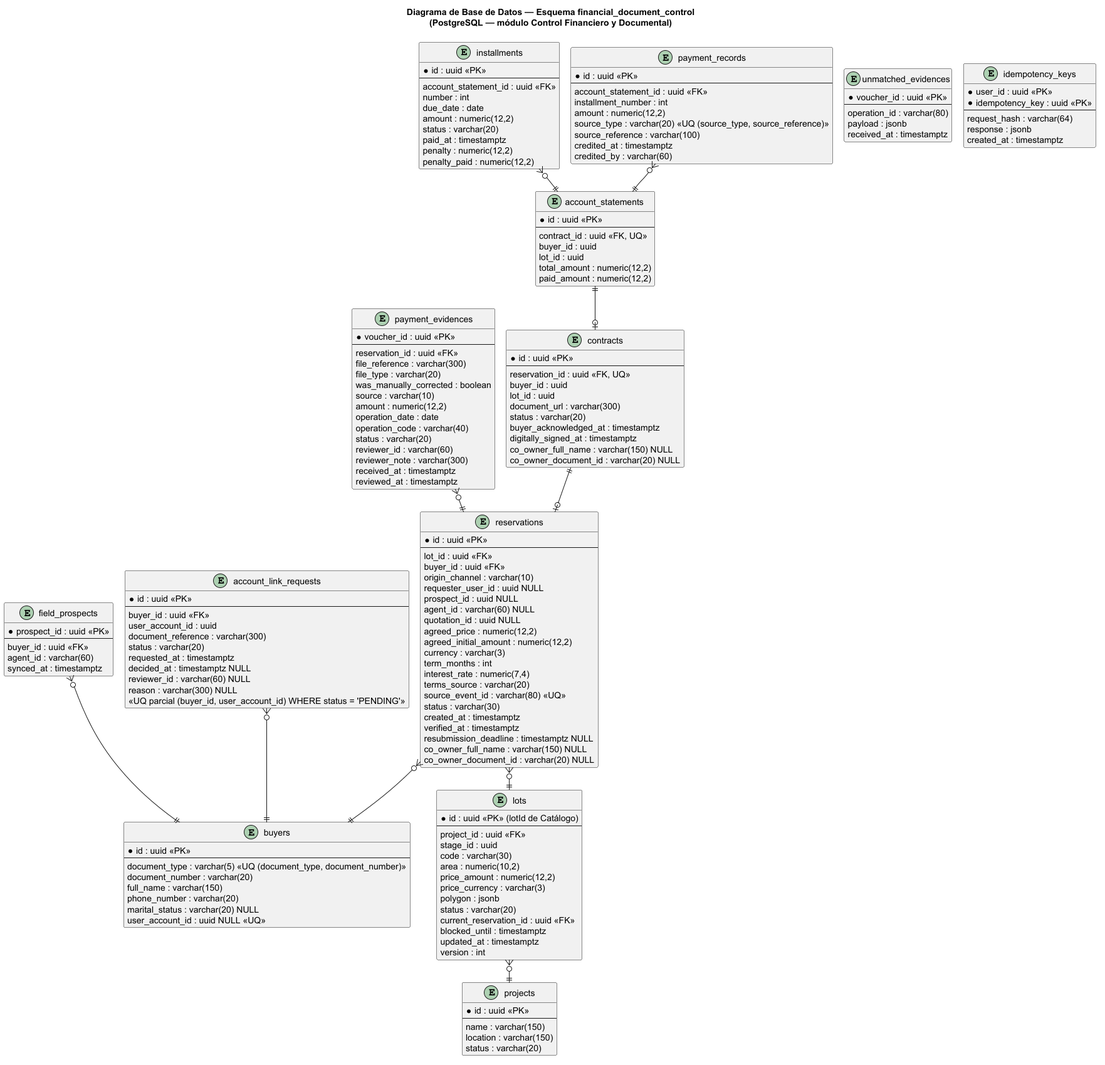
Before: assets/cap2/DB-Control-Financiero-y-Documental.png, a diagram exported from PlantUML (1ACC0238-2620-13981-NovaCorp-InmoNode/InmoNode-Project-Report).
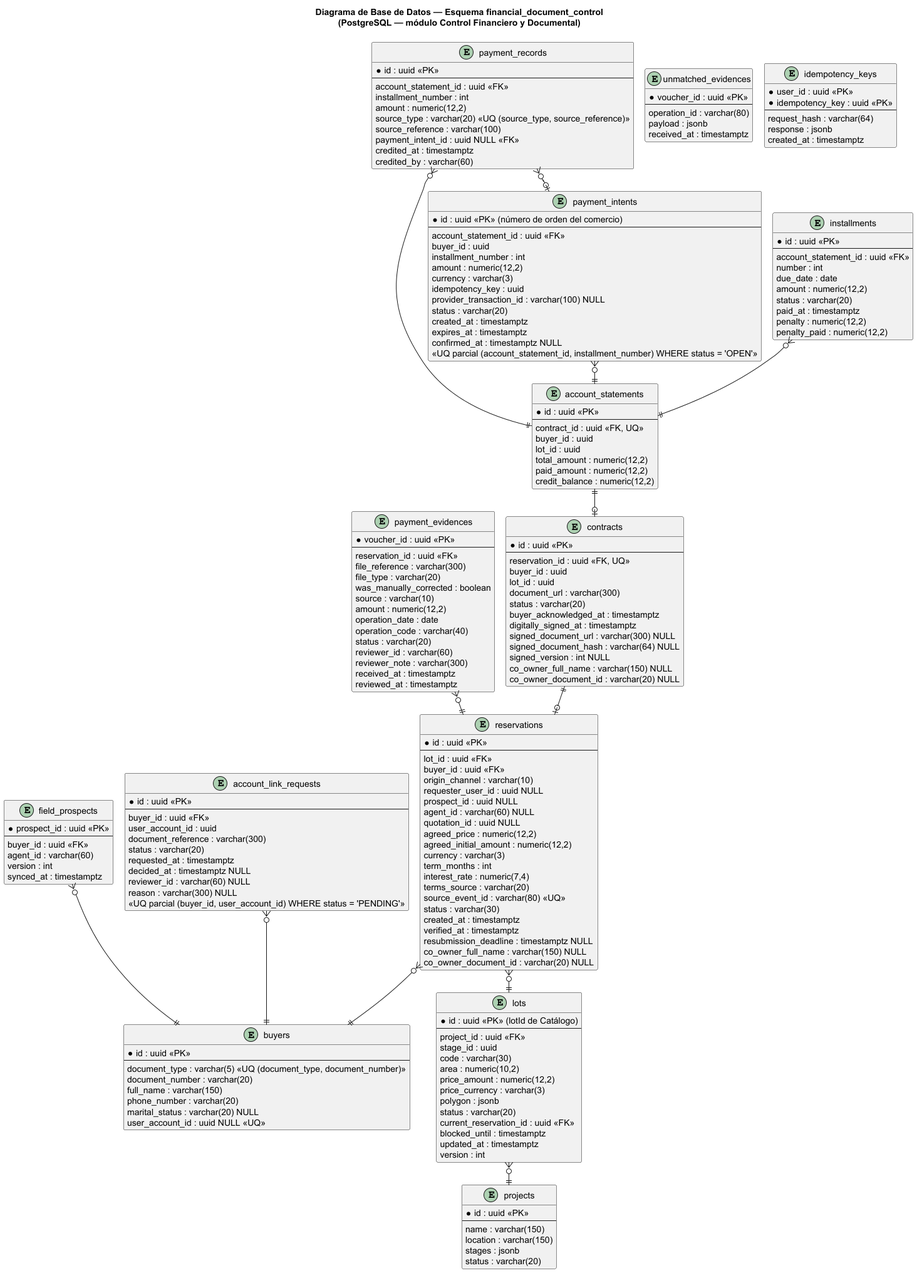
The same file after the commit.

Commit message:
fix(chapter-02): coordinate late evidence with expiration, gapless catalog cursor, persistent payment intents and remaining audit gaps

What changed in the source:
```diff
@@ -9,6 +9,7 @@
   --
   name : varchar(150)
   location : varchar(150)
+  stages : jsonb
   status : varchar(20)
 }
 
@@ -45,6 +46,7 @@
   --
   buyer_id : uuid <<FK>>
   agent_id : varchar(60)
+  version : int
   synced_at : timestamptz
 }
 
@@ -123,6 +125,9 @@
   status : varchar(20)
   buyer_acknowledged_at : timestamptz
   digitally_signed_at : timestamptz
+  signed_document_url : varchar(300) NULL
+  signed_document_hash : varchar(64) NULL
+  signed_version : int NULL
   co_owner_full_name : varchar(150) NULL
   co_owner_document_id : varchar(20) NULL
 }
@@ -135,6 +140,24 @@
   lot_id : uuid
   total_amount : numeric(12,2)
   paid_amount : numeric(12,2)
+  credit_balance : numeric(12,2)
+}
+
+entity "payment_intents" as payment_intents {
+  * id : uuid <<PK>> (número de orden del comercio)
+  --
+  account_statement_id : uuid <<FK>>
+  buyer_id : uuid
+  installment_number : int
+  amount : numeric(12,2)
+  currency : varchar(3)
+  idempotency_key : uuid
+  provider_transaction_id : varchar(100) NULL
+  status : varchar(20)
+  created_at : timestamptz
+  expires_at : timestamptz
+  confirmed_at : timestamptz NULL
+  <<UQ parcial (account_statement_id, installment_number) WHERE status = 'OPEN'>>
 }
 
 entity "installments" as installments {
@@ -158,6 +181,7 @@
   amount : numeric(12,2)
   source_type : varchar(20) <<UQ (source_type, source_reference)>>
   source_reference : varchar(100)
+  payment_intent_id : uuid NULL <<FK>>
   credited_at : timestamptz
   credited_by : varchar(60)
 }
@@ -181,5 +205,7 @@
 account_statements ||--o| contracts
 installments }o--|| account_statements
 payment_records }o--|| account_statements
+payment_intents }o--|| account_statements
+payment_records }o--o| payment_intents
 
 @enduml
```
